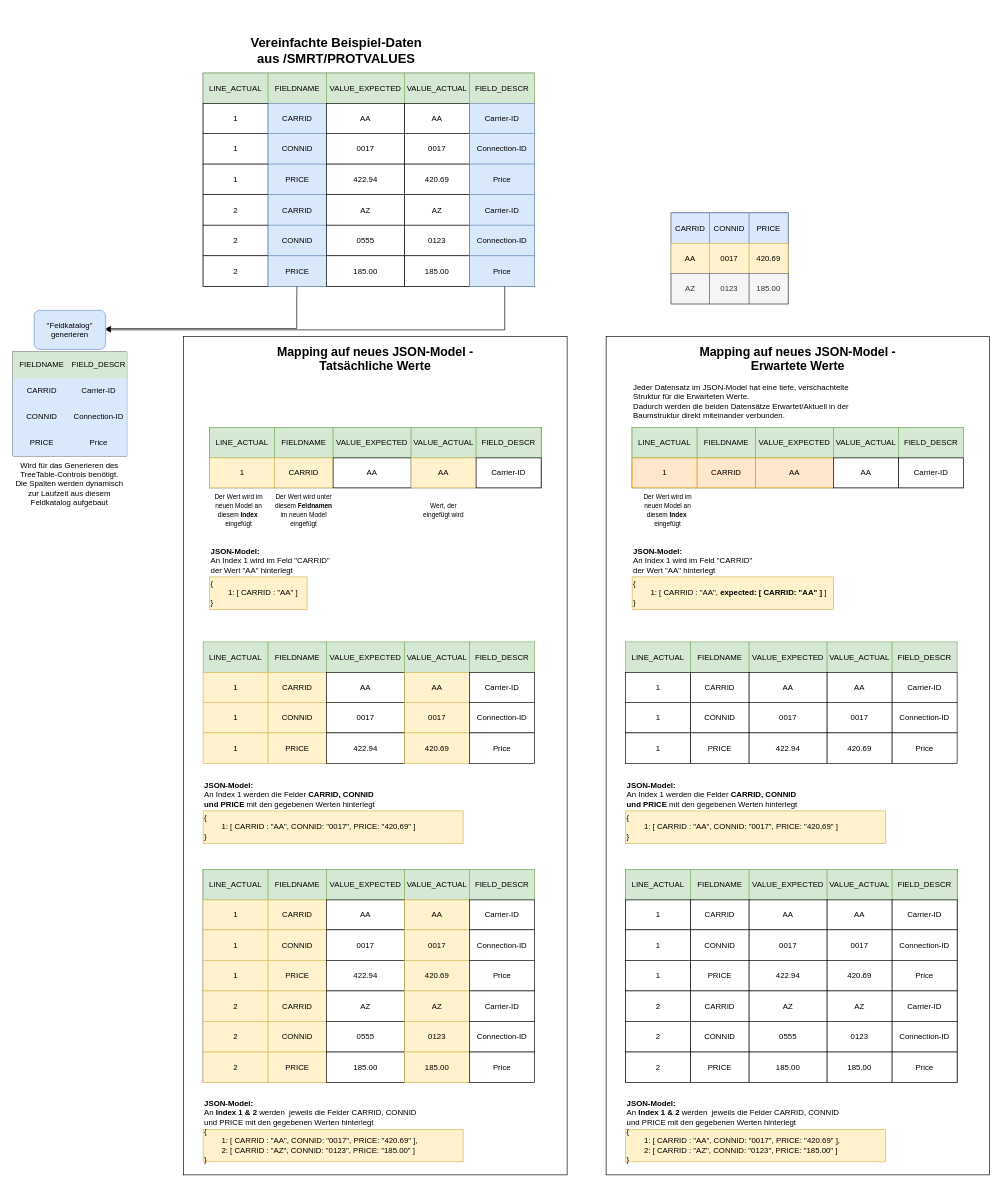
Earlier version of the draw.io diagram Strukturierte Ansicht Daten-Transformation.drawio (Raaphaaa/UI5-Playground). Source tidied: cells renumbered, new cells numbered last; positions are measured from the earlier drawing's top-left corner, leaving out a move shared by most shapes. Both pictures are drawn from the tidied source at 65%, with x=0, y=0 at pixel (13, 31).
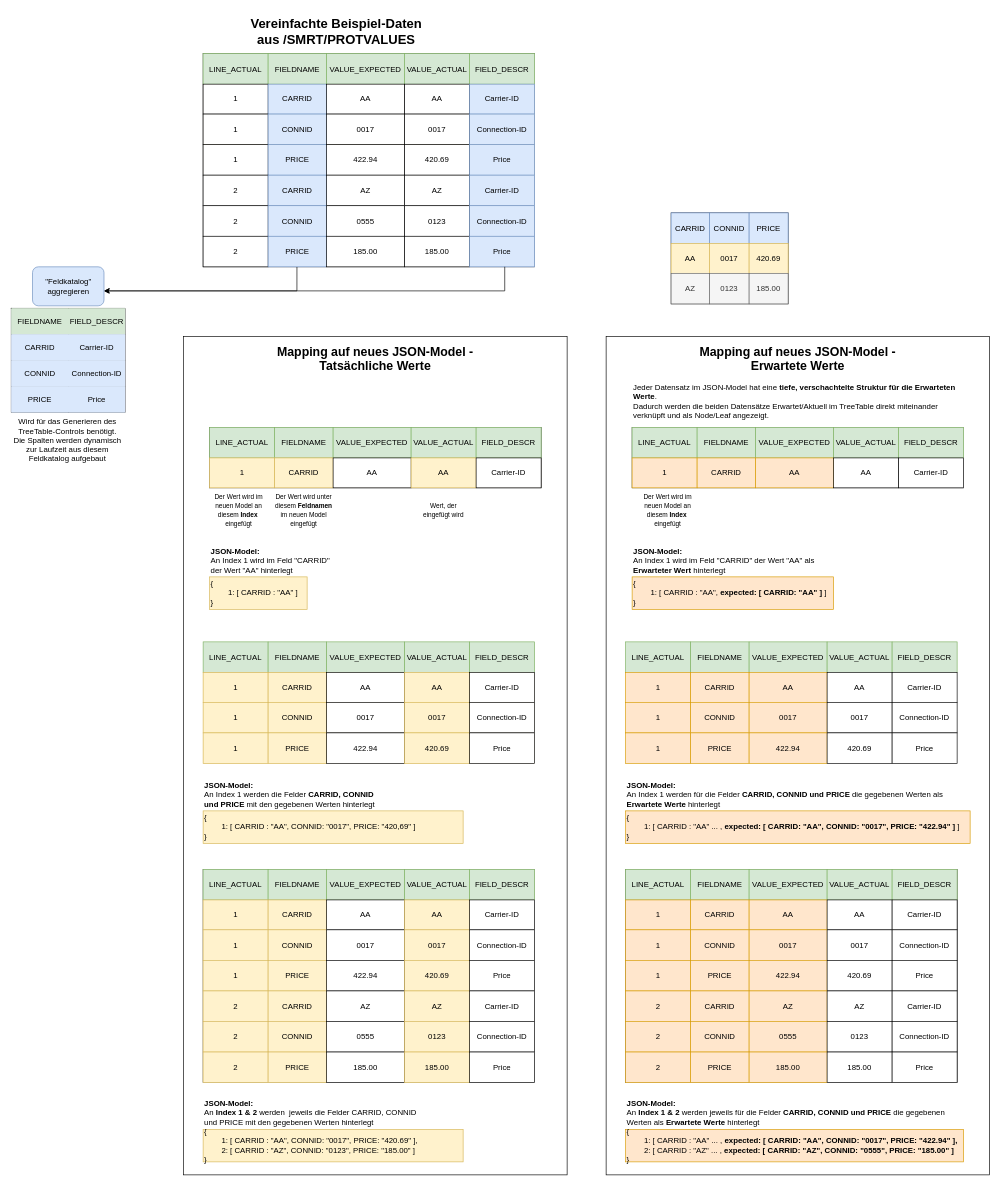
The same page after the edit.

Unchanged cells that the change refers to:
```xml
<mxCell id="40" style="shape=tableRow;horizontal=0;startSize=0;swimlaneHead=0;swimlaneBody=0;top=0;left=0;bottom=0;right=0;fontStyle=0;fillColor=#f5f5f5;strokeColor=#666666;fontColor=#333333;" parent="3" vertex="1">
  <mxGeometry y="281" width="510" height="47" as="geometry" />
</mxCell>
<mxCell id="189" style="shape=tableRow;horizontal=0;startSize=0;swimlaneHead=0;swimlaneBody=0;top=0;left=0;bottom=0;right=0;fontStyle=0;" parent="1" vertex="1">
  <mxGeometry x="942" y="987" width="510" height="46" as="geometry" />
</mxCell>
<mxCell id="195" style="shape=tableRow;horizontal=0;startSize=0;swimlaneHead=0;swimlaneBody=0;top=0;left=0;bottom=0;right=0;fontStyle=0;" parent="1" vertex="1">
  <mxGeometry x="942" y="1033" width="510" height="47" as="geometry" />
</mxCell>
<mxCell id="201" style="shape=tableRow;horizontal=0;startSize=0;swimlaneHead=0;swimlaneBody=0;top=0;left=0;bottom=0;right=0;fontStyle=0;" parent="1" vertex="1">
  <mxGeometry x="942" y="1080" width="510" height="47" as="geometry" />
</mxCell>
<mxCell id="215" style="shape=tableRow;horizontal=0;startSize=0;swimlaneHead=0;swimlaneBody=0;top=0;left=0;bottom=0;right=0;fontStyle=0;" parent="208" vertex="1">
  <mxGeometry y="47" width="510" height="46" as="geometry" />
</mxCell>
<mxCell id="221" style="shape=tableRow;horizontal=0;startSize=0;swimlaneHead=0;swimlaneBody=0;top=0;left=0;bottom=0;right=0;fontStyle=0;" parent="208" vertex="1">
  <mxGeometry y="93" width="510" height="47" as="geometry" />
</mxCell>
<mxCell id="227" style="shape=tableRow;horizontal=0;startSize=0;swimlaneHead=0;swimlaneBody=0;top=0;left=0;bottom=0;right=0;fontStyle=0;" parent="208" vertex="1">
  <mxGeometry y="140" width="510" height="47" as="geometry" />
</mxCell>
<mxCell id="233" style="shape=tableRow;horizontal=0;startSize=0;swimlaneHead=0;swimlaneBody=0;top=0;left=0;bottom=0;right=0;fontStyle=0;" parent="208" vertex="1">
  <mxGeometry y="187" width="510" height="47" as="geometry" />
</mxCell>
<mxCell id="239" style="shape=tableRow;horizontal=0;startSize=0;swimlaneHead=0;swimlaneBody=0;top=0;left=0;bottom=0;right=0;fontStyle=0;" parent="208" vertex="1">
  <mxGeometry y="234" width="510" height="47" as="geometry" />
</mxCell>
<mxCell id="245" style="shape=tableRow;horizontal=0;startSize=0;swimlaneHead=0;swimlaneBody=0;top=0;left=0;bottom=0;right=0;fontStyle=0;" parent="208" vertex="1">
  <mxGeometry y="281" width="510" height="47" as="geometry" />
</mxCell>
```

What changed in the source:
```diff
@@
     <mxCell id="3" style="childLayout=tableLayout;shadow=0;fillColor=none;" parent="1" vertex="1">
-      <mxGeometry x="292" y="65" width="510" height="328" as="geometry" />
+      <mxGeometry x="292" y="35" width="510" height="328" as="geometry" />
     </mxCell>
@@
     <mxCell id="46" style="edgeStyle=orthogonalEdgeStyle;rounded=0;jettySize=auto;html=1;entryX=0.283;entryY=1.006;entryDx=0;entryDy=0;entryPerimeter=0;startArrow=classic;startFill=1;endArrow=none;endFill=0;" parent="1" edge="1" source="48" target="40">
       <mxGeometry relative="1" as="geometry">
         <Array as="points">
-          <mxPoint x="436" y="458" />
-          <mxPoint x="436" y="413" />
+          <mxPoint x="436" y="400" />
         </Array>
       </mxGeometry>
     </mxCell>
     <mxCell id="47" style="edgeStyle=orthogonalEdgeStyle;rounded=0;jettySize=auto;html=1;strokeColor=default;align=center;verticalAlign=middle;fontFamily=Helvetica;fontSize=11;fontColor=default;labelBackgroundColor=default;startArrow=classic;startFill=1;endArrow=none;endFill=0;" parent="1" edge="1" source="48" target="40">
       <mxGeometry relative="1" as="geometry">
         <Array as="points">
-          <mxPoint x="756" y="460" />
+          <mxPoint x="756" y="400" />
         </Array>
       </mxGeometry>
     </mxCell>
-    <mxCell id="48" value="&quot;Feldkatalog&quot; generieren" style="rounded=1;whiteSpace=wrap;html=1;fillColor=#dae8fc;strokeColor=#6c8ebf;" parent="1" vertex="1">
-      <mxGeometry x="32" y="430" width="110" height="60" as="geometry" />
+    <mxCell id="48" value="&quot;Feldkatalog&quot; aggregieren" style="rounded=1;whiteSpace=wrap;html=1;fillColor=#dae8fc;strokeColor=#6c8ebf;" parent="1" vertex="1">
+      <mxGeometry x="29.5" y="363" width="110" height="60" as="geometry" />
     </mxCell>
     <mxCell id="49" value="&lt;b&gt;&lt;font style=&quot;font-size: 20px;&quot;&gt;Vereinfachte Beispiel-Daten aus /SMRT/PROTVALUES&lt;/font&gt;&lt;/b&gt;" style="text;html=1;whiteSpace=wrap;strokeColor=none;fillColor=none;align=center;verticalAlign=middle;rounded=0;" parent="1" vertex="1">
-      <mxGeometry x="352" width="290" height="60" as="geometry" />
+      <mxGeometry x="352" y="-30" width="290" height="60" as="geometry" />
     </mxCell>
     <mxCell id="50" style="shape=table;startSize=0;childLayout=tableLayout;fontSize=16;" parent="1" vertex="1">
-      <mxGeometry x="-0.5" y="494" width="175" height="160" as="geometry" />
+      <mxGeometry x="-3" y="427" width="175" height="160" as="geometry" />
     </mxCell>
@@
     <mxCell id="63" value="Wird für das Generieren des TreeTable-Controls benötigt. Die Spalten werden dynamisch zur Laufzeit aus diesem Feldkatalog aufgebaut" style="text;html=1;whiteSpace=wrap;strokeColor=none;fillColor=none;align=center;verticalAlign=middle;rounded=0;" parent="1" vertex="1">
-      <mxGeometry x="-0.5" y="654" width="172.5" height="86" as="geometry" />
+      <mxGeometry x="-3" y="587" width="172.5" height="86" as="geometry" />
     </mxCell>
@@
-    <mxCell id="181" value="&lt;b&gt;JSON-Model:&amp;nbsp;&lt;/b&gt;&lt;div&gt;An Index 1 wird im Feld &quot;CARRID&quot; der Wert &quot;AA&quot; hinterlegt&lt;/div&gt;" style="text;html=1;whiteSpace=wrap;strokeColor=none;fillColor=none;align=left;verticalAlign=middle;rounded=0;" parent="1" vertex="1">
-      <mxGeometry x="952" y="790" width="200" height="50" as="geometry" />
+    <mxCell id="181" value="&lt;b&gt;JSON-Model:&amp;nbsp;&lt;/b&gt;&lt;div&gt;An Index 1 wird im Feld &quot;CARRID&quot; der Wert &quot;AA&quot; als &lt;b&gt;Erwarteter Wert&lt;/b&gt; hinterlegt&lt;/div&gt;" style="text;html=1;whiteSpace=wrap;strokeColor=none;fillColor=none;align=left;verticalAlign=middle;rounded=0;" parent="1" vertex="1">
+      <mxGeometry x="952" y="790" width="310" height="50" as="geometry" />
     </mxCell>
-    <mxCell id="182" value="{&lt;div&gt;&lt;span style=&quot;white-space: pre;&quot;&gt;&#9;&lt;/span&gt;1: [ CARRID : &quot;AA&quot;, &lt;b&gt;expected: [ CARRID: &quot;AA&quot; ] &lt;/b&gt;]&lt;br&gt;&lt;div&gt;}&lt;/div&gt;&lt;/div&gt;" style="rounded=0;whiteSpace=wrap;html=1;align=left;fillColor=#fff2cc;strokeColor=#d6b656;" parent="1" vertex="1">
+    <mxCell id="182" value="{&lt;div&gt;&lt;span style=&quot;white-space: pre;&quot;&gt;&#9;&lt;/span&gt;1: [ CARRID : &quot;AA&quot;, &lt;b&gt;expected: [ CARRID: &quot;AA&quot; ] &lt;/b&gt;]&lt;br&gt;&lt;div&gt;}&lt;/div&gt;&lt;/div&gt;" style="rounded=0;whiteSpace=wrap;html=1;align=left;fillColor=#ffe6cc;strokeColor=#d79b00;" parent="1" vertex="1">
       <mxGeometry x="952" y="840" width="310" height="50" as="geometry" />
     </mxCell>
@@
-    <mxCell id="190" value="1" style="align=center;whiteSpace=wrap;html=1;" parent="189" vertex="1">
+    <mxCell id="190" value="1" style="align=center;whiteSpace=wrap;html=1;fillColor=#ffe6cc;strokeColor=#d79b00;" parent="189" vertex="1">
       <mxGeometry width="100" height="46" as="geometry" />
     </mxCell>
-    <mxCell id="191" value="CARRID" style="align=center;whiteSpace=wrap;html=1;" parent="189" vertex="1">
+    <mxCell id="191" value="CARRID" style="align=center;whiteSpace=wrap;html=1;fillColor=#ffe6cc;strokeColor=#d79b00;" parent="189" vertex="1">
       <mxGeometry x="100" width="90" height="46" as="geometry" />
     </mxCell>
-    <mxCell id="192" value="AA" style="align=center;whiteSpace=wrap;html=1;" parent="189" vertex="1">
+    <mxCell id="192" value="AA" style="align=center;whiteSpace=wrap;html=1;fillColor=#ffe6cc;strokeColor=#d79b00;" parent="189" vertex="1">
       <mxGeometry x="190" width="120" height="46" as="geometry" />
     </mxCell>
@@
-    <mxCell id="196" value="1" style="align=center;whiteSpace=wrap;html=1;" parent="195" vertex="1">
+    <mxCell id="196" value="1" style="align=center;whiteSpace=wrap;html=1;fillColor=#ffe6cc;strokeColor=#d79b00;" parent="195" vertex="1">
       <mxGeometry width="100" height="47" as="geometry" />
     </mxCell>
-    <mxCell id="197" value="CONNID" style="align=center;whiteSpace=wrap;html=1;" parent="195" vertex="1">
+    <mxCell id="197" value="CONNID" style="align=center;whiteSpace=wrap;html=1;fillColor=#ffe6cc;strokeColor=#d79b00;" parent="195" vertex="1">
       <mxGeometry x="100" width="90" height="47" as="geometry" />
     </mxCell>
-    <mxCell id="198" value="0017" style="align=center;whiteSpace=wrap;html=1;" parent="195" vertex="1">
+    <mxCell id="198" value="0017" style="align=center;whiteSpace=wrap;html=1;fillColor=#ffe6cc;strokeColor=#d79b00;" parent="195" vertex="1">
       <mxGeometry x="190" width="120" height="47" as="geometry" />
     </mxCell>
@@
-    <mxCell id="202" value="1" style="align=center;whiteSpace=wrap;html=1;" parent="201" vertex="1">
+    <mxCell id="202" value="1" style="align=center;whiteSpace=wrap;html=1;fillColor=#ffe6cc;strokeColor=#d79b00;" parent="201" vertex="1">
       <mxGeometry width="100" height="47" as="geometry" />
     </mxCell>
-    <mxCell id="203" value="PRICE" style="align=center;whiteSpace=wrap;html=1;" parent="201" vertex="1">
+    <mxCell id="203" value="PRICE" style="align=center;whiteSpace=wrap;html=1;fillColor=#ffe6cc;strokeColor=#d79b00;" parent="201" vertex="1">
       <mxGeometry x="100" width="90" height="47" as="geometry" />
     </mxCell>
-    <mxCell id="204" value="422.94" style="align=center;whiteSpace=wrap;html=1;" parent="201" vertex="1">
+    <mxCell id="204" value="422.94" style="align=center;whiteSpace=wrap;html=1;fillColor=#ffe6cc;strokeColor=#d79b00;" parent="201" vertex="1">
       <mxGeometry x="190" width="120" height="47" as="geometry" />
     </mxCell>
@@
-    <mxCell id="207" value="{&lt;div&gt;&lt;span style=&quot;white-space: pre;&quot;&gt;&#9;&lt;/span&gt;1: [ CARRID : &quot;AA&quot;, CONNID: &quot;0017&quot;, PRICE: &quot;420,69&quot; ]&lt;br&gt;&lt;div&gt;}&lt;/div&gt;&lt;/div&gt;" style="rounded=0;whiteSpace=wrap;html=1;align=left;fillColor=#fff2cc;strokeColor=#d6b656;" parent="1" vertex="1">
-      <mxGeometry x="942" y="1200" width="400" height="50" as="geometry" />
+    <mxCell id="207" value="{&lt;div&gt;&lt;span style=&quot;white-space: pre;&quot;&gt;&#9;&lt;/span&gt;1: [ CARRID : &quot;AA&quot; ... , &lt;b&gt;expected: [ CARRID: &quot;AA&quot;, CONNID: &quot;0017&quot;, PRICE: &quot;422.94&quot; ]&lt;/b&gt;&lt;span style=&quot;background-color: transparent; color: light-dark(rgb(0, 0, 0), rgb(255, 255, 255));&quot;&gt;&amp;nbsp;]&lt;/span&gt;&lt;/div&gt;&lt;div&gt;&lt;div&gt;}&lt;/div&gt;&lt;/div&gt;" style="rounded=0;whiteSpace=wrap;html=1;align=left;fillColor=#ffe6cc;strokeColor=#d79b00;" parent="1" vertex="1">
+      <mxGeometry x="942" y="1200" width="530" height="50" as="geometry" />
     </mxCell>
@@
-    <mxCell id="216" value="1" style="align=center;whiteSpace=wrap;html=1;" parent="215" vertex="1">
+    <mxCell id="216" value="1" style="align=center;whiteSpace=wrap;html=1;fillColor=#ffe6cc;strokeColor=#d79b00;" parent="215" vertex="1">
       <mxGeometry width="100" height="46" as="geometry" />
     </mxCell>
-    <mxCell id="217" value="CARRID" style="align=center;whiteSpace=wrap;html=1;" parent="215" vertex="1">
+    <mxCell id="217" value="CARRID" style="align=center;whiteSpace=wrap;html=1;fillColor=#ffe6cc;strokeColor=#d79b00;" parent="215" vertex="1">
       <mxGeometry x="100" width="90" height="46" as="geometry" />
     </mxCell>
-    <mxCell id="218" value="AA" style="align=center;whiteSpace=wrap;html=1;" parent="215" vertex="1">
+    <mxCell id="218" value="AA" style="align=center;whiteSpace=wrap;html=1;fillColor=#ffe6cc;strokeColor=#d79b00;" parent="215" vertex="1">
       <mxGeometry x="190" width="120" height="46" as="geometry" />
     </mxCell>
@@
-    <mxCell id="222" value="1" style="align=center;whiteSpace=wrap;html=1;" parent="221" vertex="1">
+    <mxCell id="222" value="1" style="align=center;whiteSpace=wrap;html=1;fillColor=#ffe6cc;strokeColor=#d79b00;" parent="221" vertex="1">
       <mxGeometry width="100" height="47" as="geometry" />
     </mxCell>
-    <mxCell id="223" value="CONNID" style="align=center;whiteSpace=wrap;html=1;" parent="221" vertex="1">
+    <mxCell id="223" value="CONNID" style="align=center;whiteSpace=wrap;html=1;fillColor=#ffe6cc;strokeColor=#d79b00;" parent="221" vertex="1">
       <mxGeometry x="100" width="90" height="47" as="geometry" />
     </mxCell>
-    <mxCell id="224" value="0017" style="align=center;whiteSpace=wrap;html=1;" parent="221" vertex="1">
+    <mxCell id="224" value="0017" style="align=center;whiteSpace=wrap;html=1;fillColor=#ffe6cc;strokeColor=#d79b00;" parent="221" vertex="1">
       <mxGeometry x="190" width="120" height="47" as="geometry" />
     </mxCell>
@@
-    <mxCell id="228" value="1" style="align=center;whiteSpace=wrap;html=1;" parent="227" vertex="1">
+    <mxCell id="228" value="1" style="align=center;whiteSpace=wrap;html=1;fillColor=#ffe6cc;strokeColor=#d79b00;" parent="227" vertex="1">
       <mxGeometry width="100" height="47" as="geometry" />
     </mxCell>
-    <mxCell id="229" value="PRICE" style="align=center;whiteSpace=wrap;html=1;" parent="227" vertex="1">
+    <mxCell id="229" value="PRICE" style="align=center;whiteSpace=wrap;html=1;fillColor=#ffe6cc;strokeColor=#d79b00;" parent="227" vertex="1">
       <mxGeometry x="100" width="90" height="47" as="geometry" />
     </mxCell>
-    <mxCell id="230" value="422.94" style="align=center;whiteSpace=wrap;html=1;" parent="227" vertex="1">
+    <mxCell id="230" value="422.94" style="align=center;whiteSpace=wrap;html=1;fillColor=#ffe6cc;strokeColor=#d79b00;" parent="227" vertex="1">
       <mxGeometry x="190" width="120" height="47" as="geometry" />
     </mxCell>
@@
-    <mxCell id="234" value="2" style="align=center;whiteSpace=wrap;html=1;" parent="233" vertex="1">
+    <mxCell id="234" value="2" style="align=center;whiteSpace=wrap;html=1;fillColor=#ffe6cc;strokeColor=#d79b00;" parent="233" vertex="1">
       <mxGeometry width="100" height="47" as="geometry" />
     </mxCell>
-    <mxCell id="235" value="CARRID" style="align=center;whiteSpace=wrap;html=1;" parent="233" vertex="1">
+    <mxCell id="235" value="CARRID" style="align=center;whiteSpace=wrap;html=1;fillColor=#ffe6cc;strokeColor=#d79b00;" parent="233" vertex="1">
       <mxGeometry x="100" width="90" height="47" as="geometry" />
     </mxCell>
-    <mxCell id="236" value="AZ" style="align=center;whiteSpace=wrap;html=1;" parent="233" vertex="1">
+    <mxCell id="236" value="AZ" style="align=center;whiteSpace=wrap;html=1;fillColor=#ffe6cc;strokeColor=#d79b00;" parent="233" vertex="1">
       <mxGeometry x="190" width="120" height="47" as="geometry" />
     </mxCell>
@@
-    <mxCell id="240" value="2" style="align=center;whiteSpace=wrap;html=1;" parent="239" vertex="1">
+    <mxCell id="240" value="2" style="align=center;whiteSpace=wrap;html=1;fillColor=#ffe6cc;strokeColor=#d79b00;" parent="239" vertex="1">
       <mxGeometry width="100" height="47" as="geometry" />
     </mxCell>
-    <mxCell id="241" value="CONNID" style="align=center;whiteSpace=wrap;html=1;" parent="239" vertex="1">
+    <mxCell id="241" value="CONNID" style="align=center;whiteSpace=wrap;html=1;fillColor=#ffe6cc;strokeColor=#d79b00;" parent="239" vertex="1">
       <mxGeometry x="100" width="90" height="47" as="geometry" />
     </mxCell>
-    <mxCell id="242" value="0555" style="align=center;whiteSpace=wrap;html=1;" parent="239" vertex="1">
+    <mxCell id="242" value="0555" style="align=center;whiteSpace=wrap;html=1;fillColor=#ffe6cc;strokeColor=#d79b00;" parent="239" vertex="1">
       <mxGeometry x="190" width="120" height="47" as="geometry" />
     </mxCell>
@@
-    <mxCell id="246" value="2" style="align=center;whiteSpace=wrap;html=1;" parent="245" vertex="1">
+    <mxCell id="246" value="2" style="align=center;whiteSpace=wrap;html=1;fillColor=#ffe6cc;strokeColor=#d79b00;" parent="245" vertex="1">
       <mxGeometry width="100" height="47" as="geometry" />
     </mxCell>
-    <mxCell id="247" value="PRICE" style="align=center;whiteSpace=wrap;html=1;" parent="245" vertex="1">
+    <mxCell id="247" value="PRICE" style="align=center;whiteSpace=wrap;html=1;fillColor=#ffe6cc;strokeColor=#d79b00;" parent="245" vertex="1">
       <mxGeometry x="100" width="90" height="47" as="geometry" />
     </mxCell>
-    <mxCell id="248" value="185.00" style="align=center;whiteSpace=wrap;html=1;" parent="245" vertex="1">
+    <mxCell id="248" value="185.00" style="align=center;whiteSpace=wrap;html=1;fillColor=#ffe6cc;strokeColor=#d79b00;" parent="245" vertex="1">
       <mxGeometry x="190" width="120" height="47" as="geometry" />
     </mxCell>
@@
-    <mxCell id="251" value="{&lt;div&gt;&lt;span style=&quot;white-space: pre;&quot;&gt;&#9;&lt;/span&gt;1: [ CARRID : &quot;AA&quot;, CONNID: &quot;0017&quot;, PRICE: &quot;420.69&quot; ],&lt;/div&gt;&lt;div&gt;&lt;span style=&quot;background-color: transparent; color: light-dark(rgb(0, 0, 0), rgb(255, 255, 255));&quot;&gt;&lt;span style=&quot;white-space: pre;&quot;&gt;&#9;&lt;/span&gt;2: [ CARRID : &quot;AZ&quot;, CONNID: &quot;0123&quot;, PRICE: &quot;185.00&quot; ]&lt;/span&gt;&lt;/div&gt;&lt;div&gt;&lt;span style=&quot;background-color: transparent; color: light-dark(rgb(0, 0, 0), rgb(255, 255, 255));&quot;&gt;}&lt;/span&gt;&lt;/div&gt;" style="rounded=0;whiteSpace=wrap;html=1;align=left;fillColor=#fff2cc;strokeColor=#d6b656;" parent="1" vertex="1">
-      <mxGeometry x="942" y="1690" width="400" height="50" as="geometry" />
+    <mxCell id="251" value="{&lt;div&gt;&lt;span style=&quot;white-space: pre;&quot;&gt;&#9;&lt;/span&gt;&lt;span style=&quot;background-color: transparent; color: light-dark(rgb(0, 0, 0), rgb(255, 255, 255));&quot;&gt;1: [ CARRID : &quot;AA&quot; ... ,&lt;/span&gt;&lt;span style=&quot;background-color: transparent; color: light-dark(rgb(0, 0, 0), rgb(255, 255, 255));&quot;&gt;&amp;nbsp;&lt;/span&gt;&lt;b style=&quot;background-color: transparent; color: light-dark(rgb(0, 0, 0), rgb(255, 255, 255));&quot;&gt;expected: [ CARRID: &quot;AA&quot;, CONNID: &quot;0017&quot;, PRICE: &quot;422.94&quot; ],&lt;/b&gt;&lt;/div&gt;&lt;div&gt;&lt;span style=&quot;background-color: transparent; color: light-dark(rgb(0, 0, 0), rgb(255, 255, 255));&quot;&gt;&amp;nbsp;&lt;span style=&quot;white-space: pre;&quot;&gt;&#9;&lt;/span&gt;2&lt;/span&gt;&lt;span style=&quot;background-color: transparent; color: light-dark(rgb(0, 0, 0), rgb(255, 255, 255));&quot;&gt;: [ CARRID : &quot;AZ&quot; ... ,&lt;/span&gt;&lt;span style=&quot;background-color: transparent; color: light-dark(rgb(0, 0, 0), rgb(255, 255, 255));&quot;&gt;&amp;nbsp;&lt;/span&gt;&lt;b style=&quot;background-color: transparent; color: light-dark(rgb(0, 0, 0), rgb(255, 255, 255));&quot;&gt;expected: [ CARRID: &quot;AZ&quot;, CONNID: &quot;0555&quot;, PRICE: &quot;185.00&quot; ]&lt;/b&gt;&lt;span style=&quot;background-color: transparent; color: light-dark(rgb(0, 0, 0), rgb(255, 255, 255));&quot;&gt;&amp;nbsp;&lt;/span&gt;&lt;/div&gt;&lt;div&gt;&lt;span style=&quot;background-color: transparent; color: light-dark(rgb(0, 0, 0), rgb(255, 255, 255));&quot;&gt;}&lt;/span&gt;&lt;/div&gt;" style="rounded=0;whiteSpace=wrap;html=1;align=left;fillColor=#ffe6cc;strokeColor=#d79b00;" parent="1" vertex="1">
+      <mxGeometry x="942" y="1690" width="520" height="50" as="geometry" />
     </mxCell>
-    <mxCell id="252" value="&lt;b&gt;JSON-Model:&amp;nbsp;&lt;/b&gt;&lt;div&gt;An Index 1 werden die Felder &lt;b&gt;CARRID, CONNID und PRICE&lt;/b&gt; mit den gegebenen Werten hinterlegt&lt;/div&gt;" style="text;html=1;whiteSpace=wrap;strokeColor=none;fillColor=none;align=left;verticalAlign=middle;rounded=0;" parent="1" vertex="1">
-      <mxGeometry x="942" y="1150" width="280" height="50" as="geometry" />
+    <mxCell id="252" value="&lt;b&gt;JSON-Model:&amp;nbsp;&lt;/b&gt;&lt;div&gt;An Index 1 werden für die Felder &lt;b&gt;CARRID, CONNID und PRICE&lt;/b&gt;&amp;nbsp;die gegebenen Werten als &lt;b&gt;Erwartete Werte&lt;/b&gt; hinterlegt&lt;/div&gt;" style="text;html=1;whiteSpace=wrap;strokeColor=none;fillColor=none;align=left;verticalAlign=middle;rounded=0;" parent="1" vertex="1">
+      <mxGeometry x="942" y="1150" width="510" height="50" as="geometry" />
     </mxCell>
-    <mxCell id="253" value="&lt;b&gt;JSON-Model:&amp;nbsp;&lt;/b&gt;&lt;div&gt;An &lt;b&gt;Index 1 &amp;amp; 2&lt;/b&gt; werden&amp;nbsp; jeweils die Felder CARRID, CONNID und PRICE mit den gegebenen Werten hinterlegt&lt;/div&gt;" style="text;html=1;whiteSpace=wrap;strokeColor=none;fillColor=none;align=left;verticalAlign=middle;rounded=0;" parent="1" vertex="1">
-      <mxGeometry x="942" y="1640" width="340" height="50" as="geometry" />
-    </mxCell>
@@
-    <mxCell id="256" value="Jeder Datensatz im JSON-Model hat eine tiefe, verschachtelte Struktur für die Erwarteten Werte.&lt;div&gt;Dadurch werden die beiden Datensätze Erwartet/Aktuell in der Baumstruktur direkt miteinander verbunden.&lt;/div&gt;" style="text;html=1;whiteSpace=wrap;strokeColor=none;fillColor=none;align=left;verticalAlign=middle;rounded=0;" parent="1" vertex="1">
-      <mxGeometry x="952" y="540" width="370" height="60" as="geometry" />
+    <mxCell id="256" value="Jeder Datensatz im JSON-Model hat eine &lt;b&gt;tiefe, verschachtelte Struktur für die Erwarteten Werte&lt;/b&gt;.&lt;div&gt;Dadurch werden die beiden Datensätze Erwartet/Aktuell im TreeTable direkt miteinander verknüpft und als Node/Leaf angezeigt.&lt;/div&gt;" style="text;html=1;whiteSpace=wrap;strokeColor=none;fillColor=none;align=left;verticalAlign=middle;rounded=0;" parent="1" vertex="1">
+      <mxGeometry x="952" y="540" width="510" height="60" as="geometry" />
     </mxCell>
+    <mxCell id="257" value="&lt;b&gt;JSON-Model:&amp;nbsp;&lt;/b&gt;&lt;div&gt;An &lt;b&gt;Index 1 &amp;amp; 2&lt;/b&gt; werden jeweils für die Felder &lt;b&gt;CARRID, CONNID und PRICE&lt;/b&gt;&amp;nbsp;die gegebenen Werten als &lt;b&gt;Erwartete Werte&lt;/b&gt; hinterlegt&lt;/div&gt;" style="text;html=1;whiteSpace=wrap;strokeColor=none;fillColor=none;align=left;verticalAlign=middle;rounded=0;" parent="1" vertex="1">
+      <mxGeometry x="942" y="1640" width="510" height="50" as="geometry" />
+    </mxCell>
```
